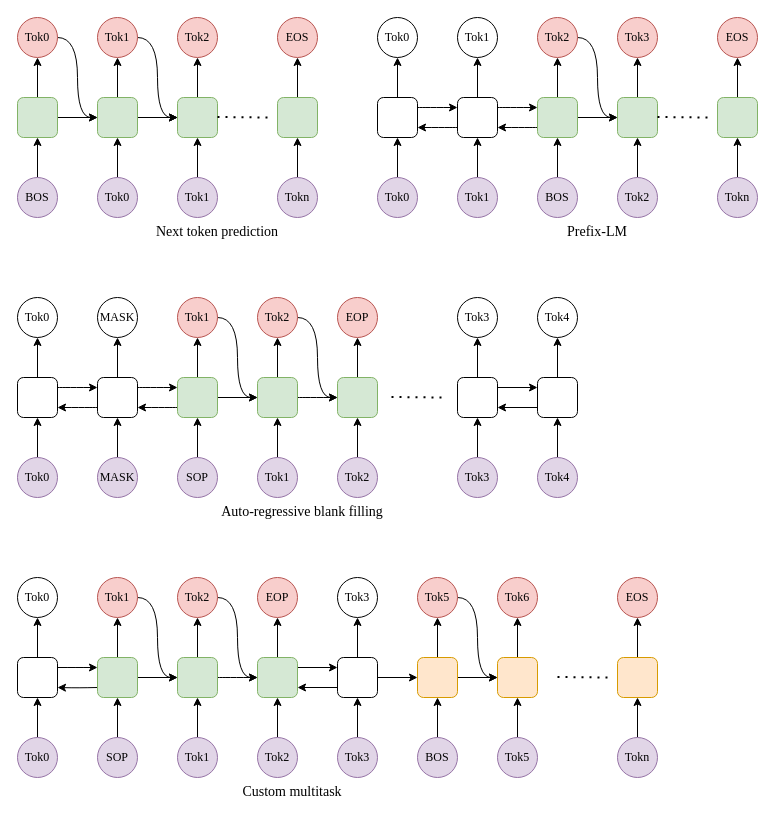
Before: train_paradigm.drawio in ZhangHammer/ZhangHammer, a draw.io diagram. Source tidied: cells renumbered, new cells numbered last; positions are measured from the earlier drawing's top-left corner, leaving out a move shared by most shapes. Both pictures are drawn from the tidied source at 100%, with x=0, y=0 at pixel (17, 17).
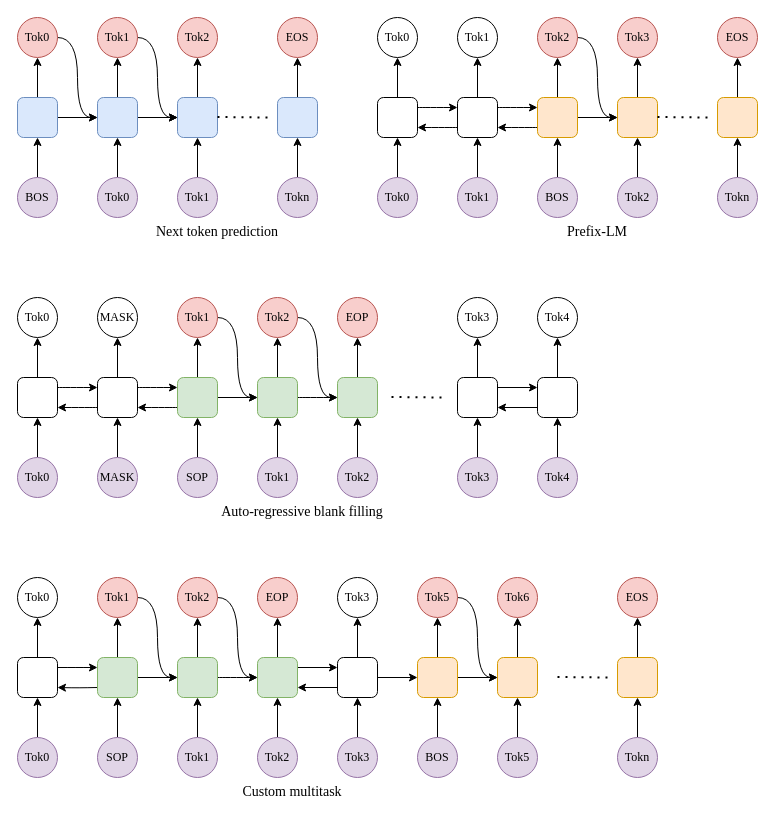
After the change.

Diff of the diagram source:
```diff
@@
-    <mxCell id="4" style="rounded=1;whiteSpace=wrap;html=1;fillColor=#d5e8d4;strokeColor=#82b366;" parent="1" vertex="1">
+    <mxCell id="4" style="rounded=1;whiteSpace=wrap;html=1;fillColor=#dae8fc;strokeColor=#6c8ebf;" parent="1" vertex="1">
       <mxGeometry y="80" width="40" height="40" as="geometry" />
     </mxCell>
@@
-    <mxCell id="8" style="rounded=1;whiteSpace=wrap;html=1;fillColor=#d5e8d4;strokeColor=#82b366;" parent="1" vertex="1">
+    <mxCell id="8" style="rounded=1;whiteSpace=wrap;html=1;fillColor=#dae8fc;strokeColor=#6c8ebf;" parent="1" vertex="1">
       <mxGeometry x="80" y="80" width="40" height="40" as="geometry" />
     </mxCell>
@@
-    <mxCell id="10" style="rounded=1;whiteSpace=wrap;html=1;fillColor=#d5e8d4;strokeColor=#82b366;" parent="1" vertex="1">
+    <mxCell id="10" style="rounded=1;whiteSpace=wrap;html=1;fillColor=#dae8fc;strokeColor=#6c8ebf;" parent="1" vertex="1">
       <mxGeometry x="160" y="80" width="40" height="40" as="geometry" />
     </mxCell>
@@
-    <mxCell id="12" style="rounded=1;whiteSpace=wrap;html=1;fillColor=#d5e8d4;strokeColor=#82b366;" parent="1" vertex="1">
+    <mxCell id="12" style="rounded=1;whiteSpace=wrap;html=1;fillColor=#dae8fc;strokeColor=#6c8ebf;" parent="1" vertex="1">
       <mxGeometry x="260" y="80" width="40" height="40" as="geometry" />
     </mxCell>
@@
-    <mxCell id="39" style="rounded=1;whiteSpace=wrap;html=1;fillColor=#d5e8d4;strokeColor=#82b366;" parent="1" vertex="1">
+    <mxCell id="39" style="rounded=1;whiteSpace=wrap;html=1;fillColor=#ffe6cc;strokeColor=#d79b00;" parent="1" vertex="1">
       <mxGeometry x="520" y="80" width="40" height="40" as="geometry" />
     </mxCell>
@@
-    <mxCell id="41" style="rounded=1;whiteSpace=wrap;html=1;fillColor=#d5e8d4;strokeColor=#82b366;" parent="1" vertex="1">
+    <mxCell id="41" style="rounded=1;whiteSpace=wrap;html=1;fillColor=#ffe6cc;strokeColor=#d79b00;" parent="1" vertex="1">
       <mxGeometry x="600" y="80" width="40" height="40" as="geometry" />
     </mxCell>
@@
-    <mxCell id="43" style="rounded=1;whiteSpace=wrap;html=1;fillColor=#d5e8d4;strokeColor=#82b366;" parent="1" vertex="1">
+    <mxCell id="43" style="rounded=1;whiteSpace=wrap;html=1;fillColor=#ffe6cc;strokeColor=#d79b00;" parent="1" vertex="1">
       <mxGeometry x="700" y="80" width="40" height="40" as="geometry" />
     </mxCell>
```
